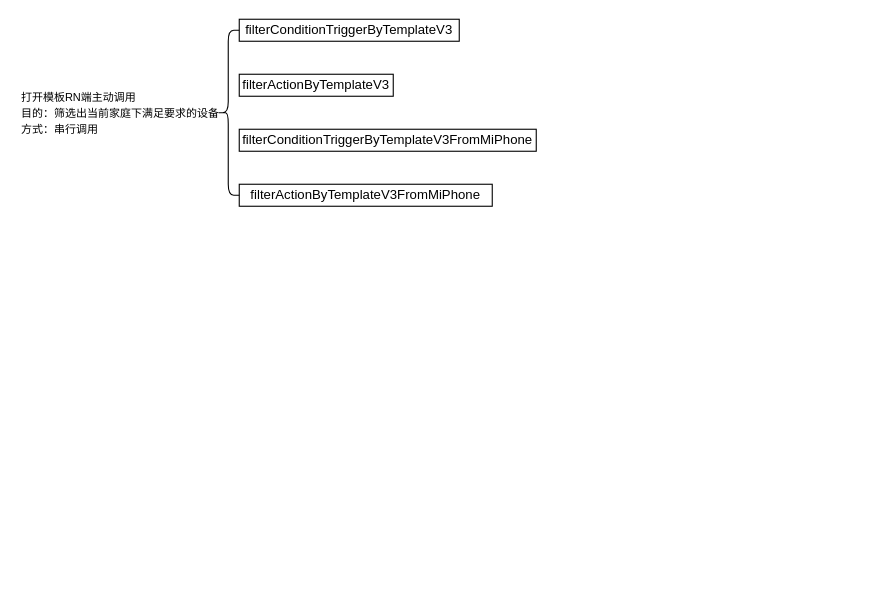
The draw.io diagram 未命名绘图.drawio in WljclW/coolweather, before the edit. Source tidied: cells renumbered, new cells numbered last; positions are measured from the earlier drawing's top-left corner, leaving out a move shared by most shapes. Both pictures are drawn from the tidied source at 110%, with x=0, y=0 at pixel (19, 19).
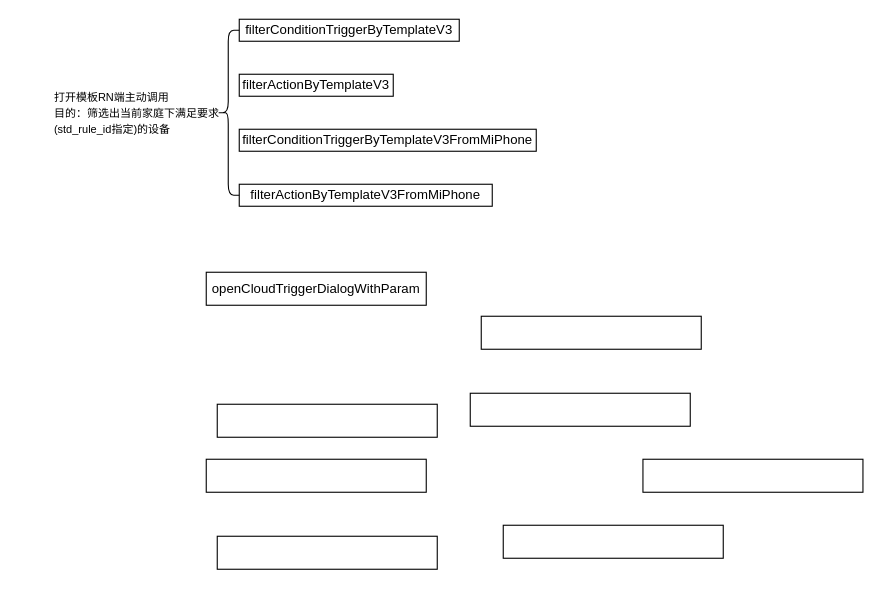
Above is the later version.

Commit message (it also covers changes not shown here):
更新未命名绘图.drawio

Diff of the diagram source:
```diff
@@
 <mxGraphModel>
   <root>
     <mxCell id="0" />
     <mxCell id="1" parent="0" />
     <mxCell id="2" value="filterConditionTriggerByTemplateV3" style="rounded=0;whiteSpace=wrap;html=1;" parent="1" vertex="1">
       <mxGeometry x="200" width="200" height="20" as="geometry" />
     </mxCell>
     <mxCell id="3" value="filterActionByTemplateV3" style="rounded=0;whiteSpace=wrap;html=1;" parent="1" vertex="1">
       <mxGeometry x="200" y="50" width="140" height="20" as="geometry" />
     </mxCell>
     <mxCell id="4" value="filterConditionTriggerByTemplateV3FromMiPhone" style="rounded=0;whiteSpace=wrap;html=1;" parent="1" vertex="1">
       <mxGeometry x="200" y="100" width="270" height="20" as="geometry" />
     </mxCell>
     <mxCell id="5" value="filterActionByTemplateV3FromMiPhone" style="rounded=0;whiteSpace=wrap;html=1;" parent="1" vertex="1">
       <mxGeometry x="200" y="150" width="230" height="20" as="geometry" />
     </mxCell>
     <mxCell id="6" style="shape=curlyBracket;whiteSpace=wrap;html=1;rounded=1;labelPosition=left;verticalLabelPosition=middle;align=right;verticalAlign=middle;" parent="1" vertex="1">
       <mxGeometry x="180" y="10" width="20" height="150" as="geometry" />
     </mxCell>
-    <mxCell id="7" value="&lt;font style=&quot;font-size: 10px;&quot;&gt;打开模板RN端主动调用&lt;br&gt;目的：筛选出当前家庭下满足要求的设备&lt;br&gt;方式：串行调用&lt;/font&gt;" style="text;html=1;align=left;verticalAlign=middle;whiteSpace=wrap;rounded=0;" parent="1" vertex="1">
-      <mxGeometry y="60" width="190" height="50" as="geometry" />
+    <mxCell id="7" value="&lt;font style=&quot;font-size: 10px;&quot;&gt;打开模板RN端主动调用&lt;br&gt;目的：筛选出当前家庭下满足要求(std_rule_id指定)的设备&lt;br&gt;&lt;/font&gt;" style="text;html=1;align=left;verticalAlign=middle;whiteSpace=wrap;rounded=0;" parent="1" vertex="1">
+      <mxGeometry x="30" y="60" width="190" height="50" as="geometry" />
     </mxCell>
+    <mxCell id="8" value="openCloudTriggerDialogWithParam" style="rounded=0;whiteSpace=wrap;html=1;" parent="1" vertex="1">
+      <mxGeometry x="170" y="230" width="200" height="30" as="geometry" />
+    </mxCell>
+    <mxCell id="9" style="rounded=0;whiteSpace=wrap;html=1;" parent="1" vertex="1">
+      <mxGeometry x="567" y="400" width="200" height="30" as="geometry" />
+    </mxCell>
+    <mxCell id="10" style="rounded=0;whiteSpace=wrap;html=1;" parent="1" vertex="1">
+      <mxGeometry x="420" y="270" width="200" height="30" as="geometry" />
+    </mxCell>
+    <mxCell id="11" style="rounded=0;whiteSpace=wrap;html=1;" parent="1" vertex="1">
+      <mxGeometry x="410" y="340" width="200" height="30" as="geometry" />
+    </mxCell>
+    <mxCell id="12" style="rounded=0;whiteSpace=wrap;html=1;" parent="1" vertex="1">
+      <mxGeometry x="440" y="460" width="200" height="30" as="geometry" />
+    </mxCell>
+    <mxCell id="13" style="rounded=0;whiteSpace=wrap;html=1;" parent="1" vertex="1">
+      <mxGeometry x="180" y="350" width="200" height="30" as="geometry" />
+    </mxCell>
+    <mxCell id="14" style="rounded=0;whiteSpace=wrap;html=1;" parent="1" vertex="1">
+      <mxGeometry x="170" y="400" width="200" height="30" as="geometry" />
+    </mxCell>
+    <mxCell id="15" style="rounded=0;whiteSpace=wrap;html=1;" parent="1" vertex="1">
+      <mxGeometry x="180" y="470" width="200" height="30" as="geometry" />
+    </mxCell>
   </root>
 </mxGraphModel>
```
